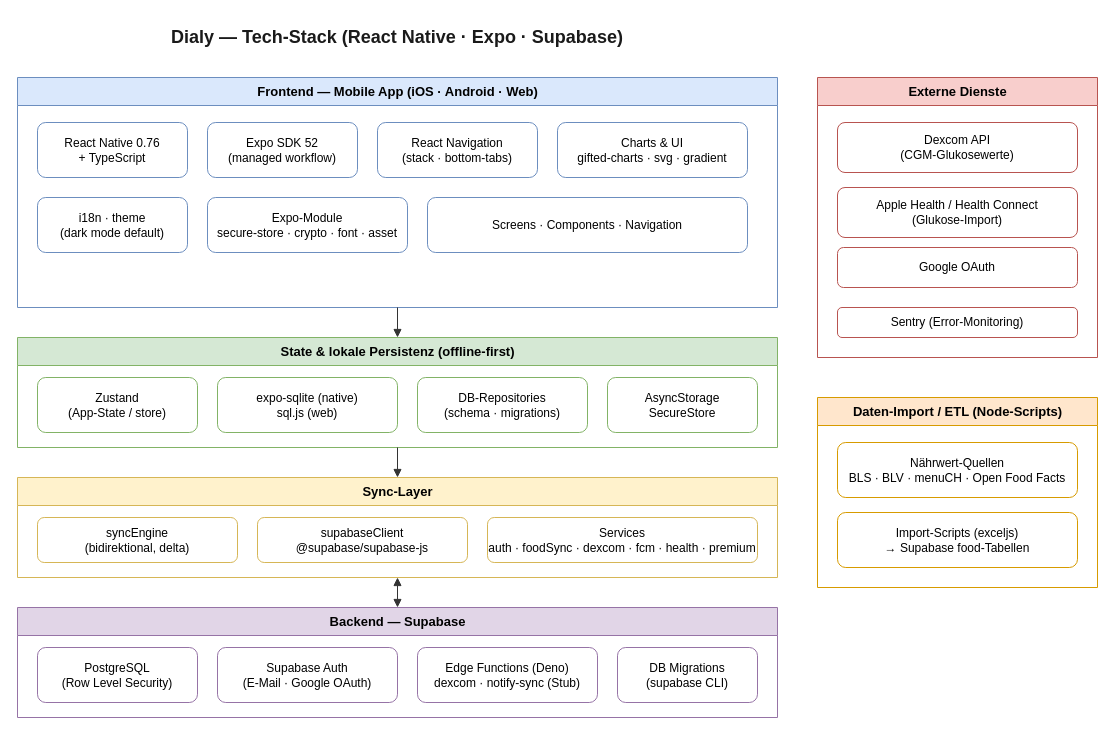
Before: docs/tech-stack.drawio in olivierluethy/Dialy, a draw.io diagram. Source tidied: cells renumbered, new cells numbered last; positions are measured from the earlier drawing's top-left corner, leaving out a move shared by most shapes. Both pictures are drawn from the tidied source at 100%, with x=0, y=0 at pixel (17, 17).
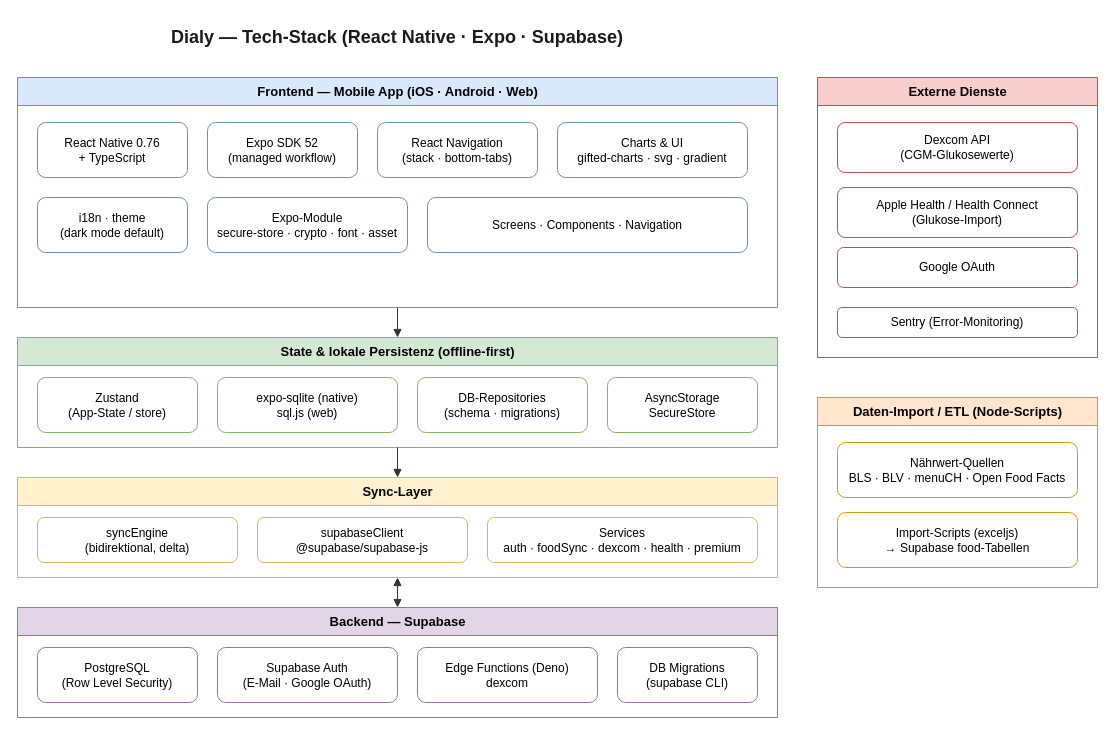
The same diagram, later.

Unchanged cells that the change refers to:
```xml
<mxCell id="16" value="Sync-Layer" style="swimlane;startSize=28;html=1;fillColor=#fff2cc;strokeColor=#d6b656;fontStyle=1;fontSize=13;verticalAlign=top;" parent="1" vertex="1">
  <mxGeometry y="460" width="760" height="100" as="geometry" />
</mxCell>
<mxCell id="20" value="Backend — Supabase" style="swimlane;startSize=28;html=1;fillColor=#e1d5e7;strokeColor=#9673a6;fontStyle=1;fontSize=13;verticalAlign=top;" parent="1" vertex="1">
  <mxGeometry y="590" width="760" height="110" as="geometry" />
</mxCell>
```

What changed in the source:
```diff
@@
-    <mxCell id="19" value="Services&#10;auth · foodSync · dexcom · fcm · health · premium" style="rounded=1;whiteSpace=wrap;html=1;fillColor=#ffffff;strokeColor=#d6b656;fontSize=12;" parent="16" vertex="1">
+    <mxCell id="19" value="Services&#10;auth · foodSync · dexcom · health · premium" style="rounded=1;whiteSpace=wrap;html=1;fillColor=#ffffff;strokeColor=#d6b656;fontSize=12;" parent="16" vertex="1">
       <mxGeometry x="470" y="40" width="270" height="45" as="geometry" />
     </mxCell>
@@
-    <mxCell id="23" value="Edge Functions (Deno)&#10;dexcom · notify-sync (Stub)" style="rounded=1;whiteSpace=wrap;html=1;fillColor=#ffffff;strokeColor=#9673a6;fontSize=12;" parent="20" vertex="1">
+    <mxCell id="23" value="Edge Functions (Deno)&#10;dexcom" style="rounded=1;whiteSpace=wrap;html=1;fillColor=#ffffff;strokeColor=#9673a6;fontSize=12;" parent="20" vertex="1">
       <mxGeometry x="400" y="40" width="180" height="55" as="geometry" />
     </mxCell>
```
